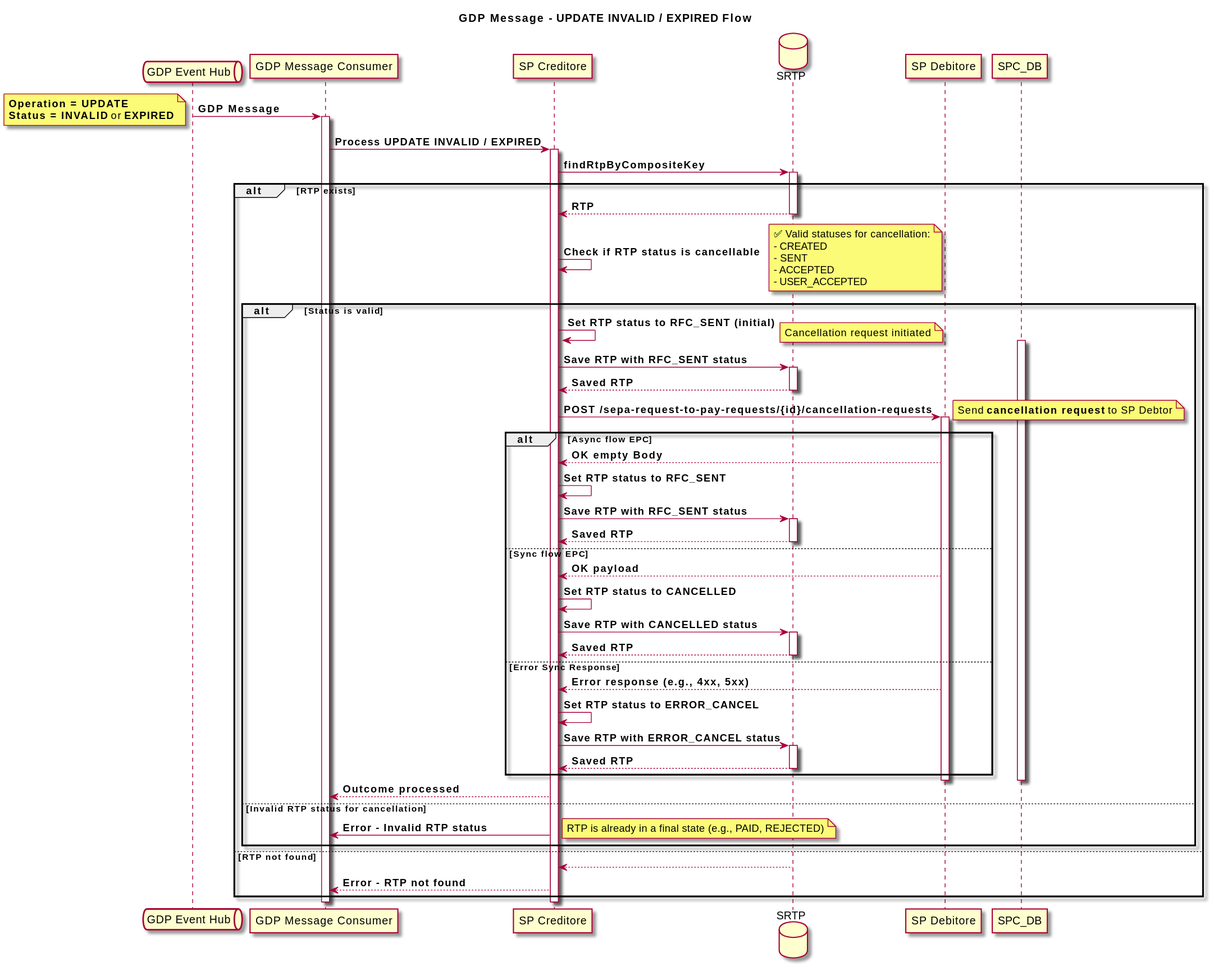
The PlantUML diagram diagrams/update-expired-invalid-queue-schema.svg in pagopa/rtp-docs, before a commit.
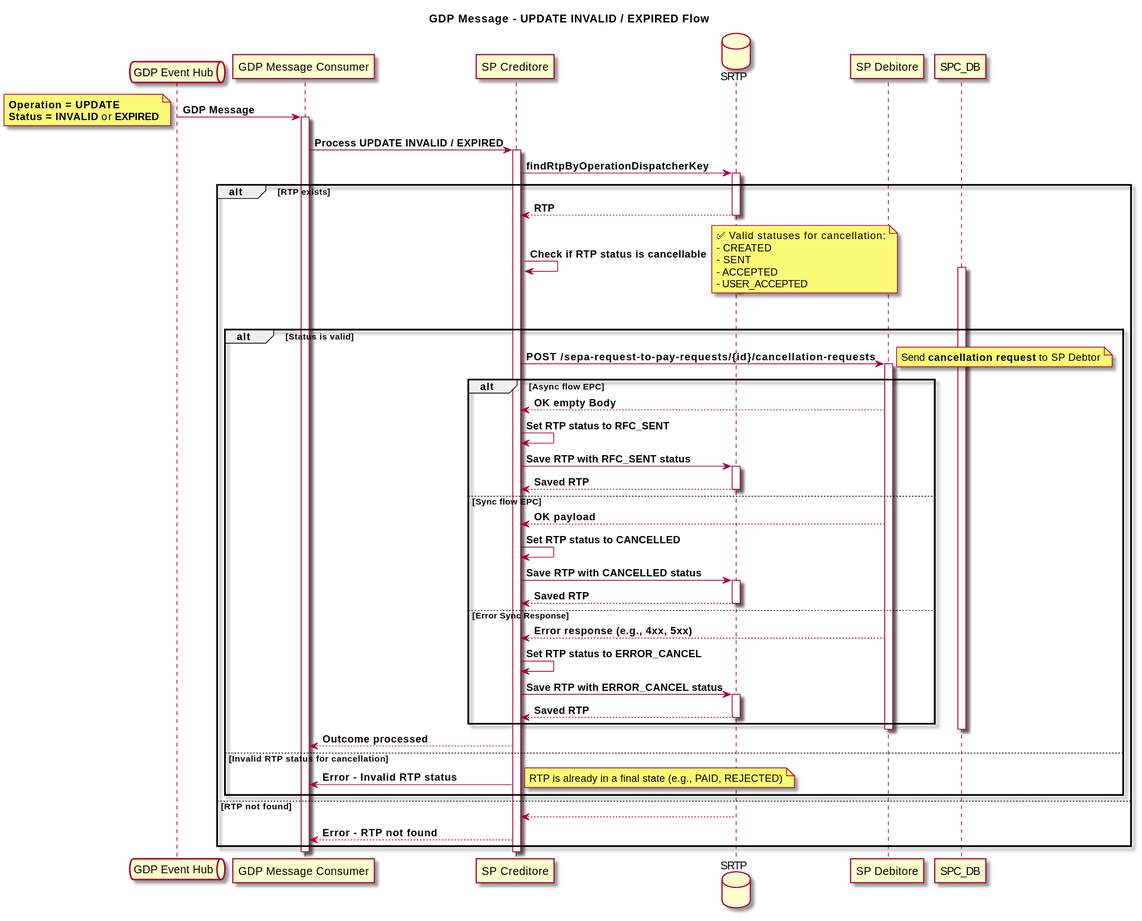
The same diagram one commit later.

The edit, as a diff of the source:
```diff
@@ -18,7 +18,7 @@
 Consumer -> SPC: **Process UPDATE INVALID / EXPIRED**
 activate SPC
 
-SPC -> SRTP: **findRtpByCompositeKey**
+SPC -> SRTP: **findRtpByOperationDispatcherKey**
 activate SRTP
 
 alt **RTP exists**
@@ -35,12 +35,8 @@
   end note
 
   alt **Status is valid**
-    SPC -> SPC: **Set RTP status to RFC_SENT (initial)**
-    note right: Cancellation request initiated
     activate SPC_DB
-    SPC -> SRTP: **Save RTP with RFC_SENT status**
     activate SRTP
-    SRTP --> SPC: **Saved RTP**
     deactivate SRTP
 
     SPC -> SPD: **POST /sepa-request-to-pay-requests/{id}/cancellation-requests**
```
